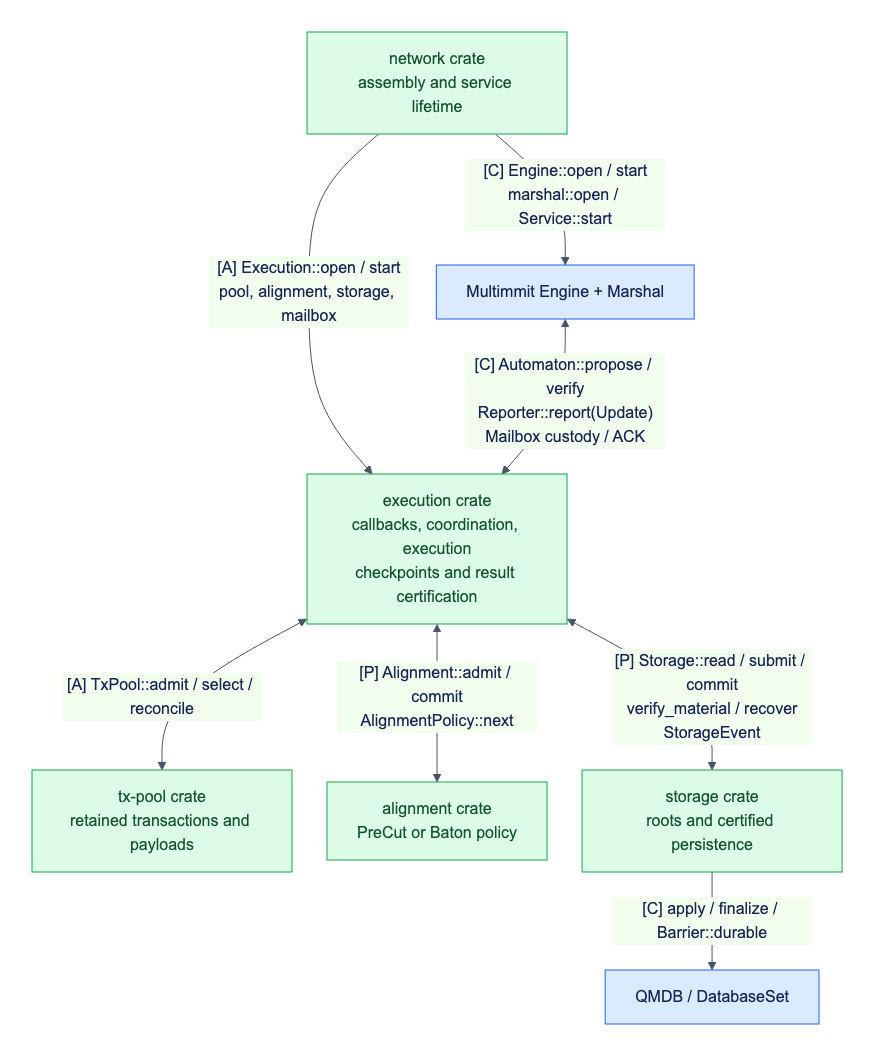
Above: docs/assets/diagrams/diagram-01.png in djm07073/baton (Mermaid), before the change. Its source is kept beside it as docs/assets/diagrams/diagram-01.mmd.
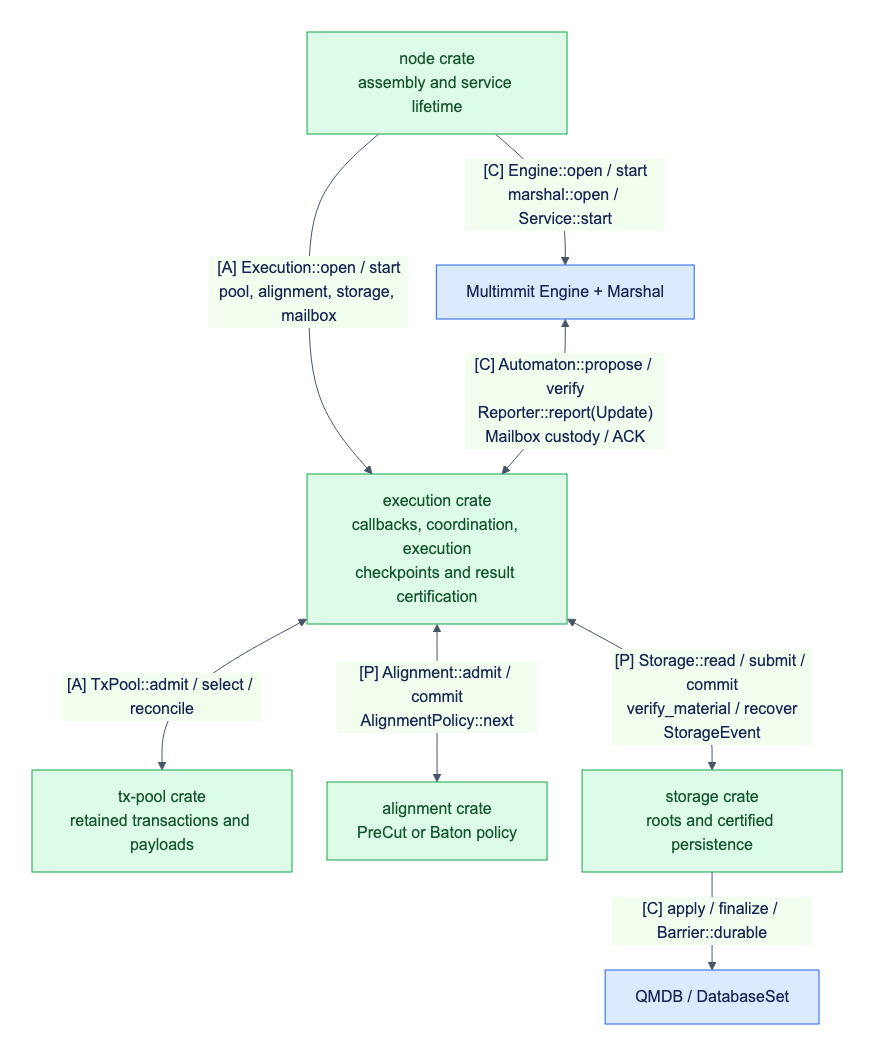
After the commit.

Change to the diagram source:
```diff
@@ -1,5 +1,5 @@
 flowchart TB
-    W["network crate<br/>assembly and service lifetime"] -->|"[C] Engine::open / start<br/>marshal::open / Service::start"| N["Multimmit Engine + Marshal"]
+    W["node crate<br/>assembly and service lifetime"] -->|"[C] Engine::open / start<br/>marshal::open / Service::start"| N["Multimmit Engine + Marshal"]
     W -->|"[A] Execution::open / start<br/>pool, alignment, storage, mailbox"| E
     N <-->|"[C] Automaton::propose / verify<br/>Reporter::report(Update)<br/>Mailbox custody / ACK"| E["execution crate<br/>callbacks, coordination, execution<br/>checkpoints and result certification"]
     E <-->|"[A] TxPool::admit / select / reconcile"| P["tx-pool crate<br/>retained transactions and payloads"]
```
